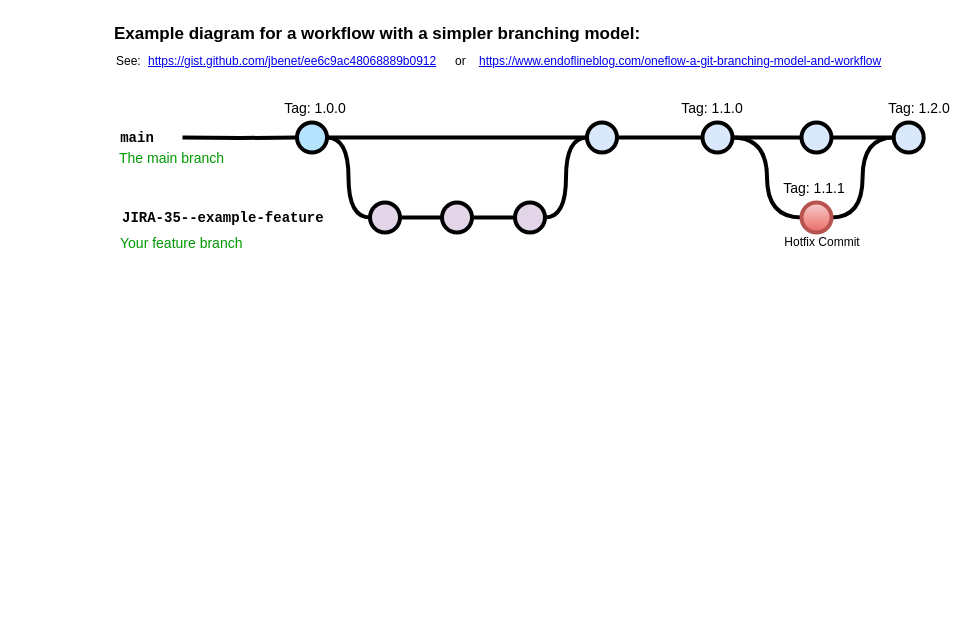
Before: Untitled Diagram.drawio in anup466/katacoda-scenarios, a draw.io diagram. Source tidied: cells renumbered, new cells numbered last; positions are measured from the earlier drawing's top-left corner, leaving out a move shared by most shapes. Both pictures are drawn from the tidied source at 100%, with x=0, y=0 at pixel (112, 17).
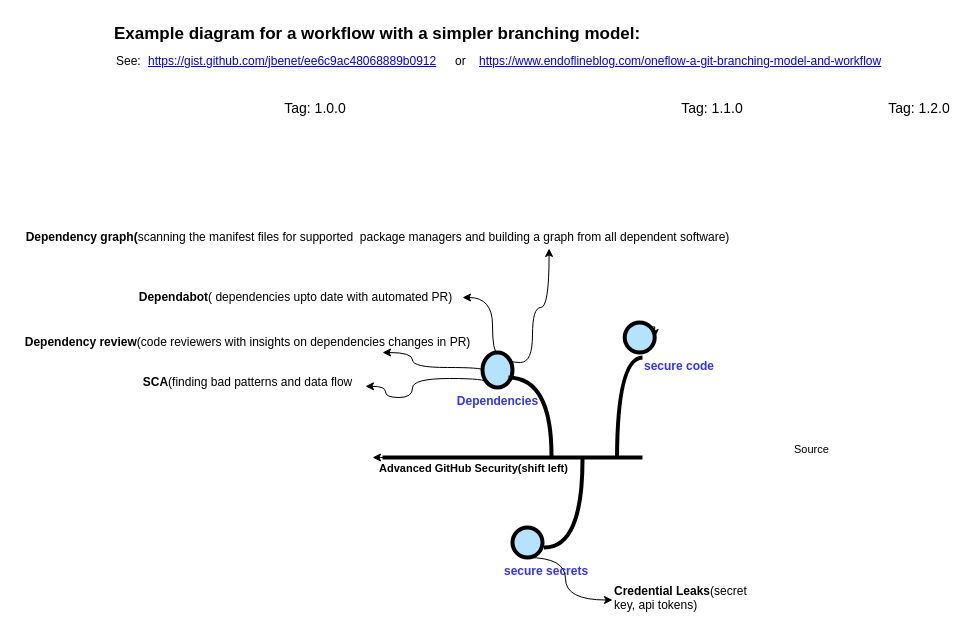
After the change.

Commit message:
github_security

Change to the diagram source:
```diff
@@
-    <mxCell id="5" style="edgeStyle=orthogonalEdgeStyle;rounded=0;html=1;jettySize=auto;plain-blue;endArrow=none;endFill=0;strokeWidth=4;strokeColor=#000000;" parent="1" edge="1" source="7" target="9">
-      <mxGeometry x="304.5" y="180" as="geometry" />
-    </mxCell>
-    <mxCell id="6" style="edgeStyle=orthogonalEdgeStyle;curved=1;rounded=0;html=1;exitX=1;exitY=0.5;exitPerimeter=0;entryX=0;entryY=0.5;entryPerimeter=0;endArrow=none;endFill=0;jettySize=auto;strokeWidth=4;fontSize=15;" parent="1" edge="1" source="7" target="19">
-      <mxGeometry relative="1" as="geometry" />
-    </mxCell>
-    <mxCell id="7" style="verticalLabelPosition=bottom;verticalAlign=top;html=1;strokeWidth=4;shape=mxgraph.flowchart.on-page_reference;plain-blue;gradientColor=none;fillColor=#B5E3Fe;strokeColor=#000000;" parent="1" vertex="1">
-      <mxGeometry x="184.5" y="105" width="30" height="30" as="geometry" />
-    </mxCell>
-    <mxCell id="8" style="edgeStyle=orthogonalEdgeStyle;curved=1;rounded=0;jettySize=auto;html=1;endArrow=none;endFill=0;strokeWidth=4;fontFamily=Courier New;fontSize=16;" parent="1" edge="1" source="9" target="12">
-      <mxGeometry relative="1" as="geometry" />
+    <mxCell id="8" style="edgeStyle=orthogonalEdgeStyle;curved=1;rounded=0;orthogonalLoop=1;jettySize=auto;html=1;endArrow=none;endFill=0;strokeWidth=4;fontFamily=Courier New;fontSize=16;" parent="1" edge="1">
+      <mxGeometry relative="1" as="geometry">
+        <mxPoint x="504.5" y="120" as="sourcePoint" />
+      </mxGeometry>
     </mxCell>
-    <mxCell id="9" style="verticalLabelPosition=bottom;verticalAlign=top;html=1;strokeWidth=4;shape=mxgraph.flowchart.on-page_reference;plain-blue;gradientColor=none;strokeColor=#000000;" parent="1" vertex="1">
-      <mxGeometry x="474.5" y="105" width="30" height="30" as="geometry" />
-    </mxCell>
-    <mxCell id="10" style="edgeStyle=orthogonalEdgeStyle;curved=1;rounded=0;jettySize=auto;html=1;endArrow=none;endFill=0;strokeWidth=4;fontFamily=Courier New;fontSize=16;" parent="1" edge="1" source="12" target="14">
-      <mxGeometry relative="1" as="geometry" />
-    </mxCell>
-    <mxCell id="11" style="edgeStyle=orthogonalEdgeStyle;curved=1;rounded=0;jettySize=auto;html=1;endArrow=none;endFill=0;strokeWidth=4;fontFamily=Courier New;fontSize=16;entryX=0;entryY=0.5;entryDx=0;entryDy=0;entryPerimeter=0;" parent="1" edge="1" source="12" target="32">
-      <mxGeometry relative="1" as="geometry" />
-    </mxCell>
-    <mxCell id="12" style="verticalLabelPosition=bottom;verticalAlign=top;html=1;strokeWidth=4;shape=mxgraph.flowchart.on-page_reference;plain-blue;gradientColor=none;strokeColor=#000000;" parent="1" vertex="1">
-      <mxGeometry x="590" y="105" width="30" height="30" as="geometry" />
-    </mxCell>
-    <mxCell id="13" style="edgeStyle=orthogonalEdgeStyle;curved=1;rounded=0;jettySize=auto;html=1;endArrow=none;endFill=0;strokeWidth=4;fontFamily=Courier New;fontSize=16;" parent="1" edge="1" source="14" target="15">
-      <mxGeometry relative="1" as="geometry" />
+    <mxCell id="13" style="edgeStyle=orthogonalEdgeStyle;curved=1;rounded=0;orthogonalLoop=1;jettySize=auto;html=1;endArrow=none;endFill=0;strokeWidth=4;fontFamily=Courier New;fontSize=16;" parent="1" edge="1">
+      <mxGeometry relative="1" as="geometry">
+        <mxPoint x="719" y="120" as="sourcePoint" />
+      </mxGeometry>
     </mxCell>
-    <mxCell id="14" style="verticalLabelPosition=bottom;verticalAlign=top;html=1;strokeWidth=4;shape=mxgraph.flowchart.on-page_reference;plain-blue;gradientColor=none;strokeColor=#000000;" parent="1" vertex="1">
-      <mxGeometry x="689" y="105" width="30" height="30" as="geometry" />
-    </mxCell>
-    <mxCell id="15" style="verticalLabelPosition=bottom;verticalAlign=top;html=1;strokeWidth=4;shape=mxgraph.flowchart.on-page_reference;plain-blue;gradientColor=none;strokeColor=#000000;" parent="1" vertex="1">
-      <mxGeometry x="781.2" y="105" width="30" height="30" as="geometry" />
-    </mxCell>
-    <mxCell id="16" style="edgeStyle=orthogonalEdgeStyle;rounded=0;html=1;jettySize=auto;strokeWidth=4;endArrow=none;endFill=0;" parent="1" edge="1" target="7">
-      <mxGeometry x="204.5" y="180" as="geometry">
-        <mxPoint x="70" y="120" as="sourcePoint" />
-      </mxGeometry>
-    </mxCell>
-    <mxCell id="17" value="main" style="text;html=1;strokeColor=none;fillColor=none;align=center;verticalAlign=middle;whiteSpace=wrap;overflow=hidden;fontSize=14;fontStyle=1;fontFamily=Courier New;" parent="1" vertex="1">
-      <mxGeometry y="110" width="50" height="20" as="geometry" />
-    </mxCell>
-    <mxCell id="18" style="edgeStyle=orthogonalEdgeStyle;curved=1;rounded=0;html=1;exitX=1;exitY=0.5;exitPerimeter=0;entryX=0;entryY=0.5;entryPerimeter=0;endArrow=none;endFill=0;jettySize=auto;strokeWidth=4;fontSize=15;" parent="1" edge="1" source="19" target="21">
-      <mxGeometry relative="1" as="geometry" />
-    </mxCell>
-    <mxCell id="19" style="verticalLabelPosition=bottom;verticalAlign=top;html=1;strokeWidth=4;shape=mxgraph.flowchart.on-page_reference;plain-purple;gradientColor=none;strokeColor=#000000;" parent="1" vertex="1">
-      <mxGeometry x="257.5" y="185" width="30" height="30" as="geometry" />
-    </mxCell>
-    <mxCell id="20" style="edgeStyle=orthogonalEdgeStyle;curved=1;rounded=0;html=1;exitX=1;exitY=0.5;exitPerimeter=0;entryX=0;entryY=0.5;entryPerimeter=0;endArrow=none;endFill=0;jettySize=auto;strokeWidth=4;fontSize=15;" parent="1" edge="1" source="21" target="23">
-      <mxGeometry relative="1" as="geometry" />
+    <mxCell id="20" style="edgeStyle=orthogonalEdgeStyle;curved=1;rounded=0;html=1;exitX=1;exitY=0.5;exitPerimeter=0;entryX=0;entryY=0.5;entryPerimeter=0;endArrow=none;endFill=0;jettySize=auto;orthogonalLoop=1;strokeWidth=4;fontSize=15;" parent="1" edge="1">
+      <mxGeometry relative="1" as="geometry">
+        <mxPoint x="359.5" y="200" as="sourcePoint" />
+      </mxGeometry>
     </mxCell>
-    <mxCell id="21" style="verticalLabelPosition=bottom;verticalAlign=top;html=1;strokeWidth=4;shape=mxgraph.flowchart.on-page_reference;plain-purple;gradientColor=none;strokeColor=#000000;" parent="1" vertex="1">
-      <mxGeometry x="329.5" y="185" width="30" height="30" as="geometry" />
-    </mxCell>
-    <mxCell id="22" style="edgeStyle=orthogonalEdgeStyle;curved=1;rounded=0;html=1;exitX=1;exitY=0.5;exitPerimeter=0;entryX=0;entryY=0.5;entryPerimeter=0;endArrow=none;endFill=0;jettySize=auto;strokeWidth=4;fontSize=15;" parent="1" edge="1" source="23" target="9">
-      <mxGeometry relative="1" as="geometry" />
-    </mxCell>
-    <mxCell id="23" style="verticalLabelPosition=bottom;verticalAlign=top;html=1;strokeWidth=4;shape=mxgraph.flowchart.on-page_reference;plain-purple;gradientColor=none;strokeColor=#000000;" parent="1" vertex="1">
-      <mxGeometry x="402.5" y="185" width="30" height="30" as="geometry" />
-    </mxCell>
-    <mxCell id="24" value="JIRA-35--example-feature" style="text;html=1;strokeColor=none;fillColor=none;align=left;verticalAlign=middle;whiteSpace=wrap;overflow=hidden;fontSize=14;fontStyle=1;fontFamily=Courier New;" parent="1" vertex="1">
-      <mxGeometry x="7.5" y="190" width="240" height="20" as="geometry" />
-    </mxCell>
-    <mxCell id="25" value="The main branch&lt;br&gt;" style="text;html=1;strokeColor=none;fillColor=none;align=left;verticalAlign=middle;whiteSpace=wrap;overflow=hidden;fontSize=14;fontStyle=0;fontColor=#009900;" parent="1" vertex="1">
-      <mxGeometry x="5.2" y="130" width="132.2" height="20" as="geometry" />
-    </mxCell>
-    <mxCell id="26" value="Your feature branch" style="text;html=1;strokeColor=none;fillColor=none;align=left;verticalAlign=middle;whiteSpace=wrap;overflow=hidden;fontSize=14;fontStyle=0;fontColor=#009900;" parent="1" vertex="1">
-      <mxGeometry x="6.2" y="215" width="202.2" height="20" as="geometry" />
-    </mxCell>
@@
-    <mxCell id="31" style="edgeStyle=orthogonalEdgeStyle;curved=1;rounded=0;jettySize=auto;html=1;endArrow=none;endFill=0;strokeWidth=4;fontFamily=Courier New;fontSize=16;entryX=0;entryY=0.5;entryDx=0;entryDy=0;entryPerimeter=0;" parent="1" edge="1" source="32" target="15">
-      <mxGeometry relative="1" as="geometry" />
-    </mxCell>
-    <mxCell id="32" style="verticalLabelPosition=bottom;verticalAlign=top;html=1;strokeWidth=4;shape=mxgraph.flowchart.on-page_reference;plain-blue;gradientColor=#EA6B66;strokeColor=#B85450;fillColor=#F8CECC;" parent="1" vertex="1">
-      <mxGeometry x="689" y="185" width="30" height="30" as="geometry" />
-    </mxCell>
-    <mxCell id="33" value="Hotfix Commit" style="text;html=1;strokeColor=none;fillColor=none;align=center;verticalAlign=middle;whiteSpace=wrap;overflow=hidden;" parent="1" vertex="1">
-      <mxGeometry x="669.5" y="210" width="80" height="30" as="geometry" />
-    </mxCell>
-    <mxCell id="34" value="Tag: 1.1.1" style="text;html=1;strokeColor=none;fillColor=none;align=center;verticalAlign=middle;whiteSpace=wrap;overflow=hidden;fontSize=14;" parent="1" vertex="1">
-      <mxGeometry x="666.8" y="160" width="70" height="20" as="geometry" />
-    </mxCell>
@@
+    <mxCell id="36" style="endArrow=classic;html=1;rounded=0;edgeStyle=orthogonalEdgeStyle;" parent="1" edge="1">
+      <mxGeometry relative="1" as="geometry">
+        <mxPoint x="520" y="440" as="sourcePoint" />
+        <mxPoint x="260" y="440" as="targetPoint" />
+      </mxGeometry>
+    </mxCell>
+    <mxCell id="37" value="Advanced GitHub Security(shift left)" style="edgeLabel;html=1;align=center;verticalAlign=middle;fontStyle=1;" parent="36" vertex="1">
+      <mxGeometry relative="1" as="geometry">
+        <mxPoint x="-30" y="10" as="offset" />
+      </mxGeometry>
+    </mxCell>
+    <mxCell id="38" value="Source" style="edgeLabel;html=1;align=left;verticalAlign=bottom;" parent="36" vertex="1">
+      <mxGeometry x="-1" relative="1" as="geometry">
+        <mxPoint x="160" as="offset" />
+      </mxGeometry>
+    </mxCell>
+    <mxCell id="39" value="&lt;b&gt;&lt;font color=&quot;#3333ff&quot;&gt;Dependencies&lt;/font&gt;&lt;/b&gt;" style="verticalLabelPosition=bottom;verticalAlign=top;html=1;strokeWidth=4;shape=mxgraph.flowchart.on-page_reference;plain-blue;gradientColor=none;fillColor=#B5E3Fe;strokeColor=#000000;" parent="1" vertex="1">
+      <mxGeometry x="370" y="335" width="30" height="35" as="geometry" />
+    </mxCell>
+    <mxCell id="40" style="edgeStyle=orthogonalEdgeStyle;curved=1;rounded=0;html=1;exitX=1;exitY=0.5;exitPerimeter=0;entryX=0;entryY=0.5;entryPerimeter=0;endArrow=none;endFill=0;jettySize=auto;orthogonalLoop=1;strokeWidth=4;fontSize=15;" parent="1" edge="1">
+      <mxGeometry relative="1" as="geometry">
+        <mxPoint x="396" y="360" as="sourcePoint" />
+        <mxPoint x="439" y="440" as="targetPoint" />
+      </mxGeometry>
+    </mxCell>
+    <mxCell id="41" style="verticalLabelPosition=bottom;verticalAlign=top;html=1;strokeWidth=4;shape=mxgraph.flowchart.on-page_reference;plain-blue;gradientColor=none;fillColor=#B5E3Fe;strokeColor=#000000;" parent="1" vertex="1">
+      <mxGeometry x="400" y="510" width="30" height="30" as="geometry" />
+    </mxCell>
+    <mxCell id="42" style="edgeStyle=orthogonalEdgeStyle;curved=1;rounded=0;html=1;exitX=1;exitY=0.5;exitPerimeter=0;endArrow=none;endFill=0;jettySize=auto;orthogonalLoop=1;strokeWidth=4;fontSize=15;" parent="1" edge="1">
+      <mxGeometry relative="1" as="geometry">
+        <mxPoint x="431.5" y="530" as="sourcePoint" />
+        <mxPoint x="470" y="440" as="targetPoint" />
+      </mxGeometry>
+    </mxCell>
+    <mxCell id="43" style="verticalLabelPosition=bottom;verticalAlign=top;html=1;strokeWidth=4;shape=mxgraph.flowchart.on-page_reference;plain-blue;gradientColor=none;fillColor=#B5E3Fe;strokeColor=#000000;" parent="1" vertex="1">
+      <mxGeometry x="512.2" y="305" width="30" height="30" as="geometry" />
+    </mxCell>
+    <mxCell id="44" style="edgeStyle=orthogonalEdgeStyle;curved=1;rounded=0;html=1;entryX=0;entryY=0.5;entryPerimeter=0;endArrow=none;endFill=0;jettySize=auto;orthogonalLoop=1;strokeWidth=4;fontSize=15;" parent="1" edge="1">
+      <mxGeometry relative="1" as="geometry">
+        <mxPoint x="530" y="340" as="sourcePoint" />
+        <mxPoint x="504.5" y="440" as="targetPoint" />
+      </mxGeometry>
+    </mxCell>
+    <mxCell id="45" value="&lt;b&gt;&lt;font color=&quot;#3333ff&quot;&gt;secure code&lt;/font&gt;&lt;/b&gt;" style="text;whiteSpace=wrap;html=1;" parent="1" vertex="1">
+      <mxGeometry x="530" y="335" width="90" height="30" as="geometry" />
+    </mxCell>
+    <mxCell id="46" value="&lt;b&gt;&lt;font color=&quot;#3333ff&quot;&gt;secure secrets&lt;/font&gt;&lt;/b&gt;" style="text;whiteSpace=wrap;html=1;" parent="1" vertex="1">
+      <mxGeometry x="390" y="540" width="100" height="40" as="geometry" />
+    </mxCell>
+    <mxCell id="47" value="&lt;b&gt;SCA&lt;/b&gt;(finding bad patterns and data flow" style="text;html=1;align=center;verticalAlign=middle;points=[];strokeColor=none;" parent="1" vertex="1">
+      <mxGeometry x="19.5" y="355" width="230" height="20" as="geometry" />
+    </mxCell>
+    <mxCell id="48" style="curved=1;endArrow=classic;html=1;rounded=0;edgeStyle=orthogonalEdgeStyle;exitX=0.5;exitY=0;exitDx=0;exitDy=0;exitPerimeter=0;" parent="1" edge="1" source="39">
+      <mxGeometry relative="1" as="geometry">
+        <mxPoint x="350" y="280" as="targetPoint" />
+        <Array as="points">
+          <mxPoint x="380" y="335" />
+          <mxPoint x="380" y="280" />
+        </Array>
+      </mxGeometry>
+    </mxCell>
+    <mxCell id="49" value="&lt;b&gt;Dependabot&lt;/b&gt;(&amp;nbsp;dependencies upto date with automated PR)" style="text;html=1;align=center;verticalAlign=middle;strokeColor=none;" parent="1" vertex="1">
+      <mxGeometry x="18.2" y="270" width="330" height="20" as="geometry" />
+    </mxCell>
+    <mxCell id="50" style="curved=1;endArrow=classic;html=1;rounded=0;edgeStyle=orthogonalEdgeStyle;exitX=0.145;exitY=0.855;exitDx=0;exitDy=0;exitPerimeter=0;entryX=1.015;entryY=0.69;entryDx=0;entryDy=0;entryPerimeter=0;" parent="1" edge="1" source="39" target="47">
+      <mxGeometry relative="1" as="geometry">
+        <Array as="points">
+          <mxPoint x="300" y="361" />
+          <mxPoint x="300" y="380" />
+          <mxPoint x="273" y="380" />
+        </Array>
+      </mxGeometry>
+    </mxCell>
+    <mxCell id="51" style="curved=1;endArrow=classic;html=1;rounded=0;edgeStyle=orthogonalEdgeStyle;exitX=0;exitY=0.5;exitDx=0;exitDy=0;exitPerimeter=0;" parent="1" edge="1" source="39">
+      <mxGeometry relative="1" as="geometry">
+        <mxPoint x="270" y="335" as="targetPoint" />
+        <Array as="points">
+          <mxPoint x="300" y="350" />
+          <mxPoint x="300" y="335" />
+        </Array>
+      </mxGeometry>
+    </mxCell>
+    <mxCell id="52" value="&lt;b&gt;Dependency review&lt;/b&gt;(code reviewers with insights on dependencies changes in PR)" style="text;html=1;align=center;verticalAlign=middle;strokeColor=none;" parent="1" vertex="1">
+      <mxGeometry x="-95.5" y="315" width="460" height="20" as="geometry" />
+    </mxCell>
+    <mxCell id="53" value="&lt;b&gt;Dependency graph(&lt;/b&gt;&lt;span style=&quot;text-align: left&quot;&gt;scanning the manifest files for supported&amp;nbsp; package managers and building a graph from all dependent software)&lt;/span&gt;" style="text;html=1;align=center;verticalAlign=middle;points=[];strokeColor=none;" parent="1" vertex="1">
+      <mxGeometry x="-95.5" y="210" width="720" height="20" as="geometry" />
+    </mxCell>
+    <mxCell id="54" style="edgeStyle=orthogonalEdgeStyle;rounded=0;orthogonalLoop=1;jettySize=auto;html=1;exitX=0.855;exitY=0.145;exitDx=0;exitDy=0;exitPerimeter=0;entryX=1;entryY=0.5;entryDx=0;entryDy=0;entryPerimeter=0;" parent="1" edge="1" source="43" target="43">
+      <mxGeometry relative="1" as="geometry" />
+    </mxCell>
+    <mxCell id="55" style="edgeStyle=orthogonalEdgeStyle;rounded=0;html=1;jettySize=auto;orthogonalLoop=1;plain-blue;endArrow=none;endFill=0;strokeWidth=4;strokeColor=#000000;" parent="1" edge="1">
+      <mxGeometry x="360" y="500" as="geometry">
+        <mxPoint x="270" y="440" as="sourcePoint" />
+        <mxPoint x="530" y="440" as="targetPoint" />
+      </mxGeometry>
+    </mxCell>
+    <mxCell id="56" style="curved=1;endArrow=classic;html=1;rounded=0;edgeStyle=orthogonalEdgeStyle;exitX=0.855;exitY=0.145;exitDx=0;exitDy=0;exitPerimeter=0;entryX=0.739;entryY=1.05;entryDx=0;entryDy=0;entryPerimeter=0;" parent="1" edge="1" source="39" target="53">
+      <mxGeometry relative="1" as="geometry">
+        <Array as="points">
+          <mxPoint x="396" y="345" />
+          <mxPoint x="420" y="345" />
+          <mxPoint x="420" y="290" />
+          <mxPoint x="437" y="290" />
+        </Array>
+      </mxGeometry>
+    </mxCell>
+    <mxCell id="57" value="&lt;b&gt;Credential Leaks&lt;/b&gt;(secret key, api tokens)" style="text;whiteSpace=wrap;html=1;" parent="1" vertex="1">
+      <mxGeometry x="500" y="560" width="140" height="30" as="geometry" />
+    </mxCell>
+    <mxCell id="58" style="curved=1;endArrow=classic;html=1;rounded=0;edgeStyle=orthogonalEdgeStyle;entryX=0;entryY=0.75;entryDx=0;entryDy=0;exitX=0.25;exitY=0;exitDx=0;exitDy=0;" parent="1" edge="1" source="46" target="57">
+      <mxGeometry relative="1" as="geometry">
+        <Array as="points">
+          <mxPoint x="453" y="540" />
+          <mxPoint x="453" y="583" />
+        </Array>
+      </mxGeometry>
+    </mxCell>
```
